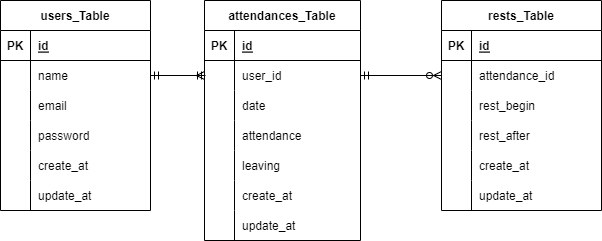
Above: src/.drawio.png in kanai-naoki/beginner (draw.io), before the change. Source tidied: cells renumbered, new cells last; positions are measured from the earlier drawing's top-left corner, leaving out a move shared by most shapes.
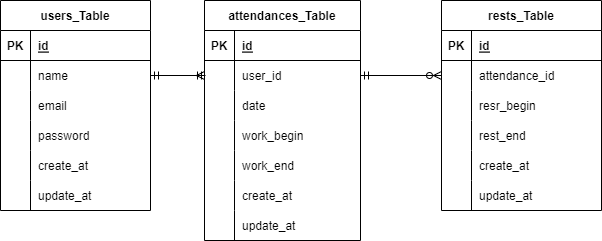
After the commit.

What changed in the source:
```diff
@@ -95,7 +95,7 @@
     <mxCell id="32" style="shape=partialRectangle;fillColor=none;top=0;left=0;bottom=0;right=0;overflow=hidden;" parent="31" vertex="1">
       <mxGeometry width="30" height="30" as="geometry" />
     </mxCell>
-    <mxCell id="33" value="attendance" style="shape=partialRectangle;fillColor=none;top=0;left=0;bottom=0;right=0;align=left;spacingLeft=6;overflow=hidden;" parent="31" vertex="1">
+    <mxCell id="33" value="work_begin" style="shape=partialRectangle;fillColor=none;top=0;left=0;bottom=0;right=0;align=left;spacingLeft=6;overflow=hidden;" parent="31" vertex="1">
       <mxGeometry x="30" width="126" height="30" as="geometry" />
     </mxCell>
     <mxCell id="34" style="shape=tableRow;horizontal=0;startSize=0;swimlaneHead=0;swimlaneBody=0;fillColor=none;top=0;left=0;right=0;bottom=0;" parent="21" vertex="1">
@@ -104,7 +104,7 @@
     <mxCell id="35" style="shape=partialRectangle;fillColor=none;top=0;left=0;bottom=0;right=0;overflow=hidden;" parent="34" vertex="1">
       <mxGeometry width="30" height="30" as="geometry" />
     </mxCell>
-    <mxCell id="36" value="leaving" style="shape=partialRectangle;fillColor=none;top=0;left=0;bottom=0;right=0;align=left;spacingLeft=6;overflow=hidden;" parent="34" vertex="1">
+    <mxCell id="36" value="work_end" style="shape=partialRectangle;fillColor=none;top=0;left=0;bottom=0;right=0;align=left;spacingLeft=6;overflow=hidden;" parent="34" vertex="1">
       <mxGeometry x="30" width="126" height="30" as="geometry" />
     </mxCell>
     <mxCell id="37" style="shape=tableRow;horizontal=0;startSize=0;swimlaneHead=0;swimlaneBody=0;fillColor=none;top=0;left=0;right=0;bottom=0;" parent="21" vertex="1">
@@ -162,7 +162,7 @@
     <mxCell id="53" style="shape=partialRectangle;fillColor=none;top=0;left=0;bottom=0;right=0;overflow=hidden;" parent="52" vertex="1">
       <mxGeometry width="30" height="30" as="geometry" />
     </mxCell>
-    <mxCell id="54" value="rest_begin" style="shape=partialRectangle;fillColor=none;top=0;left=0;bottom=0;right=0;align=left;spacingLeft=6;overflow=hidden;" parent="52" vertex="1">
+    <mxCell id="54" value="resr_begin" style="shape=partialRectangle;fillColor=none;top=0;left=0;bottom=0;right=0;align=left;spacingLeft=6;overflow=hidden;" parent="52" vertex="1">
       <mxGeometry x="30" width="130" height="30" as="geometry" />
     </mxCell>
     <mxCell id="55" style="shape=tableRow;horizontal=0;startSize=0;swimlaneHead=0;swimlaneBody=0;fillColor=none;top=0;left=0;right=0;bottom=0;" parent="45" vertex="1">
@@ -171,7 +171,7 @@
     <mxCell id="56" style="shape=partialRectangle;fillColor=none;top=0;left=0;bottom=0;right=0;overflow=hidden;" parent="55" vertex="1">
       <mxGeometry width="30" height="30" as="geometry" />
     </mxCell>
-    <mxCell id="57" value="rest_after" style="shape=partialRectangle;fillColor=none;top=0;left=0;bottom=0;right=0;align=left;spacingLeft=6;overflow=hidden;" parent="55" vertex="1">
+    <mxCell id="57" value="rest_end" style="shape=partialRectangle;fillColor=none;top=0;left=0;bottom=0;right=0;align=left;spacingLeft=6;overflow=hidden;" parent="55" vertex="1">
       <mxGeometry x="30" width="130" height="30" as="geometry" />
     </mxCell>
     <mxCell id="58" style="shape=tableRow;horizontal=0;startSize=0;swimlaneHead=0;swimlaneBody=0;fillColor=none;top=0;left=0;right=0;bottom=0;" parent="45" vertex="1">
```
